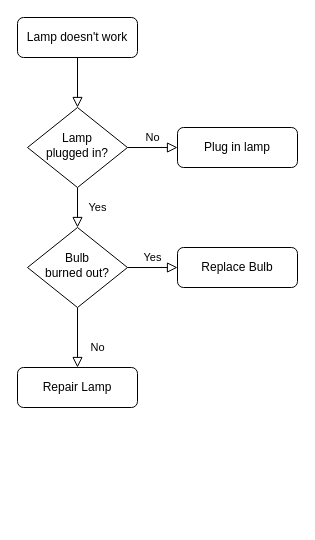
Earlier version of the draw.io diagram Диаграмма без названия.drawio (pathetic01/sql). Source tidied: cells renumbered, new cells numbered last; positions are measured from the earlier drawing's top-left corner, leaving out a move shared by most shapes. Both pictures are drawn from the tidied source at 100%, with x=0, y=0 at pixel (17, 17).
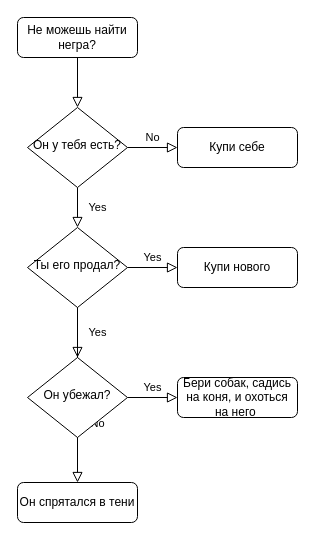
Above is the later version.

Commit message:
шуточный пример

The edit, as a diff of the source:
```diff
@@
 <mxGraphModel>
   <root>
     <mxCell id="0" />
     <mxCell id="1" parent="0" />
     <mxCell id="2" style="rounded=0;html=1;jettySize=auto;fontSize=11;endArrow=block;endFill=0;endSize=8;strokeWidth=1;shadow=0;labelBackgroundColor=none;edgeStyle=orthogonalEdgeStyle;" parent="1" edge="1" source="3" target="6">
       <mxGeometry relative="1" as="geometry" />
     </mxCell>
-    <mxCell id="3" value="Lamp doesn't work" style="rounded=1;whiteSpace=wrap;html=1;fontSize=12;glass=0;strokeWidth=1;shadow=0;" parent="1" vertex="1">
+    <mxCell id="3" value="Не можешь найти негра?" style="rounded=1;whiteSpace=wrap;html=1;fontSize=12;glass=0;strokeWidth=1;shadow=0;" parent="1" vertex="1">
       <mxGeometry width="120" height="40" as="geometry" />
     </mxCell>
     <mxCell id="4" value="Yes" style="rounded=0;html=1;jettySize=auto;fontSize=11;endArrow=block;endFill=0;endSize=8;strokeWidth=1;shadow=0;labelBackgroundColor=none;edgeStyle=orthogonalEdgeStyle;" parent="1" edge="1" source="6" target="10">
       <mxGeometry y="20" relative="1" as="geometry" />
     </mxCell>
     <mxCell id="5" value="No" style="edgeStyle=orthogonalEdgeStyle;rounded=0;html=1;jettySize=auto;fontSize=11;endArrow=block;endFill=0;endSize=8;strokeWidth=1;shadow=0;labelBackgroundColor=none;" parent="1" edge="1" source="6" target="7">
       <mxGeometry y="10" relative="1" as="geometry" />
     </mxCell>
-    <mxCell id="6" value="Lamp&lt;br&gt;plugged in?" style="rhombus;whiteSpace=wrap;html=1;shadow=0;fontFamily=Helvetica;fontSize=12;align=center;strokeWidth=1;spacing=6;spacingTop=-4;" parent="1" vertex="1">
+    <mxCell id="6" value="Он у тебя есть?" style="rhombus;whiteSpace=wrap;html=1;shadow=0;fontFamily=Helvetica;fontSize=12;align=center;strokeWidth=1;spacing=6;spacingTop=-4;" parent="1" vertex="1">
       <mxGeometry x="10" y="90" width="100" height="80" as="geometry" />
     </mxCell>
-    <mxCell id="7" value="Plug in lamp" style="rounded=1;whiteSpace=wrap;html=1;fontSize=12;glass=0;strokeWidth=1;shadow=0;" parent="1" vertex="1">
+    <mxCell id="7" value="Купи себе" style="rounded=1;whiteSpace=wrap;html=1;fontSize=12;glass=0;strokeWidth=1;shadow=0;" parent="1" vertex="1">
       <mxGeometry x="160" y="110" width="120" height="40" as="geometry" />
     </mxCell>
     <mxCell id="8" value="No" style="rounded=0;html=1;jettySize=auto;fontSize=11;endArrow=block;endFill=0;endSize=8;strokeWidth=1;shadow=0;labelBackgroundColor=none;edgeStyle=orthogonalEdgeStyle;" parent="1" edge="1" source="10" target="11">
       <mxGeometry x="0.33" y="20" relative="1" as="geometry" />
     </mxCell>
     <mxCell id="9" value="Yes" style="edgeStyle=orthogonalEdgeStyle;rounded=0;html=1;jettySize=auto;fontSize=11;endArrow=block;endFill=0;endSize=8;strokeWidth=1;shadow=0;labelBackgroundColor=none;" parent="1" edge="1" source="10" target="12">
       <mxGeometry y="10" relative="1" as="geometry" />
     </mxCell>
-    <mxCell id="10" value="Bulb&lt;br&gt;burned out?" style="rhombus;whiteSpace=wrap;html=1;shadow=0;fontFamily=Helvetica;fontSize=12;align=center;strokeWidth=1;spacing=6;spacingTop=-4;" parent="1" vertex="1">
+    <mxCell id="10" value="Ты его продал?" style="rhombus;whiteSpace=wrap;html=1;shadow=0;fontFamily=Helvetica;fontSize=12;align=center;strokeWidth=1;spacing=6;spacingTop=-4;" parent="1" vertex="1">
       <mxGeometry x="10" y="210" width="100" height="80" as="geometry" />
     </mxCell>
-    <mxCell id="11" value="Repair Lamp" style="rounded=1;whiteSpace=wrap;html=1;fontSize=12;glass=0;strokeWidth=1;shadow=0;" parent="1" vertex="1">
-      <mxGeometry y="350" width="120" height="40" as="geometry" />
+    <mxCell id="11" value="Он спрятался в тени" style="rounded=1;whiteSpace=wrap;html=1;fontSize=12;glass=0;strokeWidth=1;shadow=0;" parent="1" vertex="1">
+      <mxGeometry y="465" width="120" height="40" as="geometry" />
     </mxCell>
-    <mxCell id="12" value="Replace Bulb" style="rounded=1;whiteSpace=wrap;html=1;fontSize=12;glass=0;strokeWidth=1;shadow=0;" parent="1" vertex="1">
+    <mxCell id="12" value="Купи нового" style="rounded=1;whiteSpace=wrap;html=1;fontSize=12;glass=0;strokeWidth=1;shadow=0;" parent="1" vertex="1">
       <mxGeometry x="160" y="230" width="120" height="40" as="geometry" />
     </mxCell>
+    <mxCell id="13" value="Yes" style="edgeStyle=orthogonalEdgeStyle;rounded=0;html=1;jettySize=auto;fontSize=11;endArrow=block;endFill=0;endSize=8;strokeWidth=1;shadow=0;labelBackgroundColor=none;" parent="1" edge="1" source="14" target="15">
+      <mxGeometry y="10" relative="1" as="geometry" />
+    </mxCell>
+    <mxCell id="14" value="Он убежал?" style="rhombus;whiteSpace=wrap;html=1;shadow=0;fontFamily=Helvetica;fontSize=12;align=center;strokeWidth=1;spacing=6;spacingTop=-4;" parent="1" vertex="1">
+      <mxGeometry x="10" y="340" width="100" height="80" as="geometry" />
+    </mxCell>
+    <mxCell id="15" value="Бери собак, садись на коня, и охоться на него&amp;nbsp;" style="rounded=1;whiteSpace=wrap;html=1;fontSize=12;glass=0;strokeWidth=1;shadow=0;" parent="1" vertex="1">
+      <mxGeometry x="160" y="360" width="120" height="40" as="geometry" />
+    </mxCell>
+    <mxCell id="16" value="Yes" style="rounded=0;html=1;jettySize=auto;fontSize=11;endArrow=block;endFill=0;endSize=8;strokeWidth=1;shadow=0;labelBackgroundColor=none;edgeStyle=orthogonalEdgeStyle;" parent="1" edge="1" source="10" target="14">
+      <mxGeometry y="20" relative="1" as="geometry" />
+    </mxCell>
   </root>
 </mxGraphModel>
```
